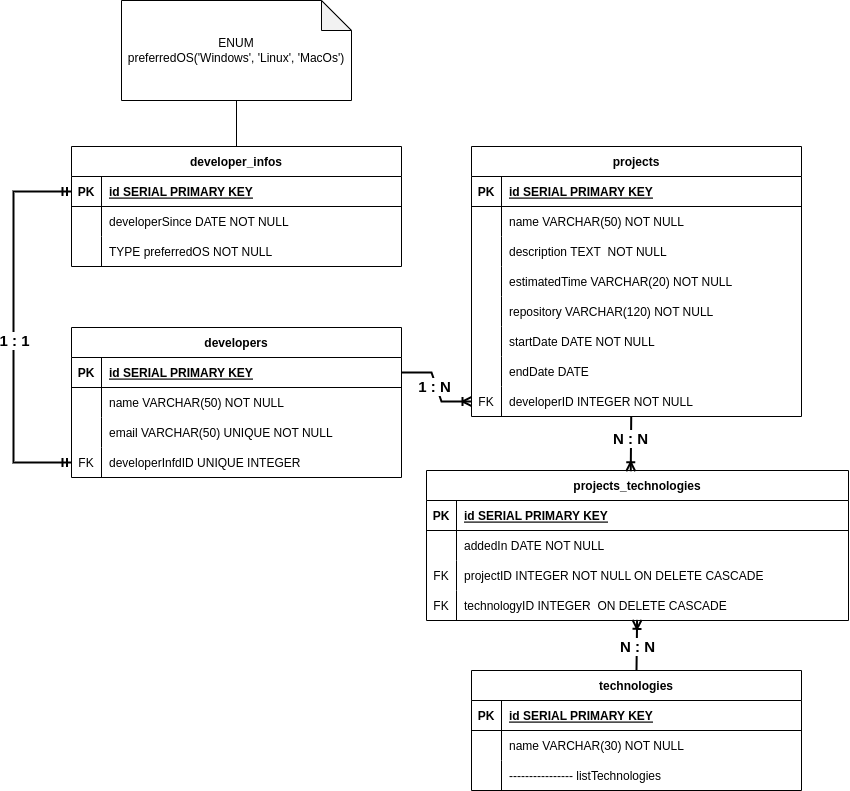
The draw.io diagram developer_infos.drawio.png in Kenzie-Academy-Brasil-Developers/m4-spt3-projetos_e_desenvolvedores, before a commit. Source tidied: cells renumbered, new cells last; positions are measured from the earlier drawing's top-left corner, leaving out a move shared by most shapes.
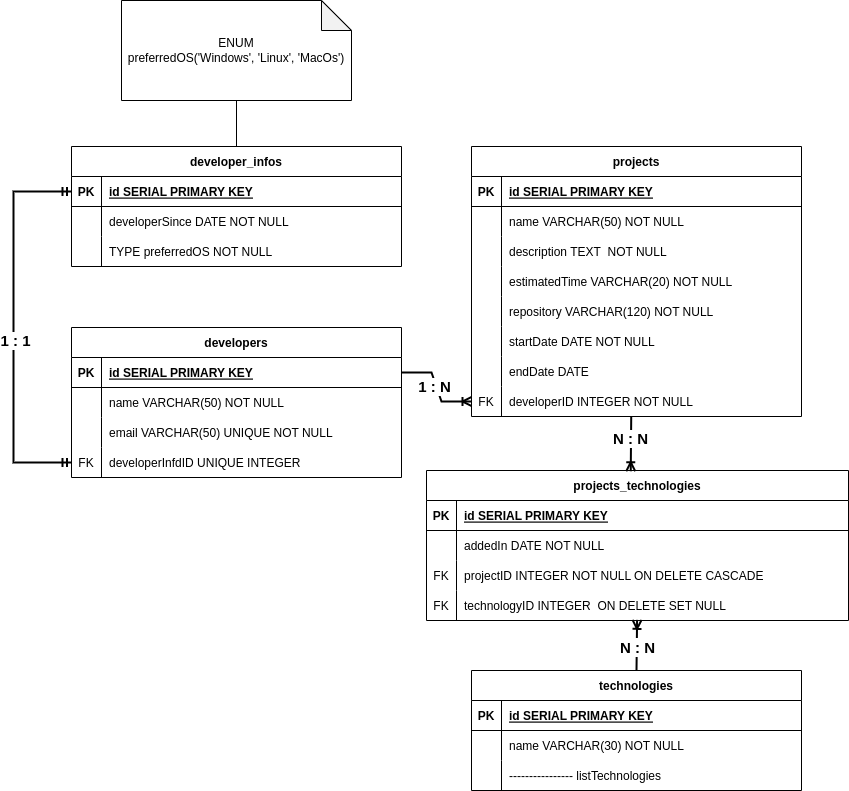
The same file after the commit.

Commit message:
fix: subindo o novo e corrigido diagrama

Change to the diagram source:
```diff
@@ -212,7 +212,7 @@
     <mxCell id="71" value="FK" style="shape=partialRectangle;fillColor=none;top=0;left=0;bottom=0;right=0;overflow=hidden;" parent="70" vertex="1">
       <mxGeometry width="30" height="30" as="geometry" />
     </mxCell>
-    <mxCell id="72" value="technologyID INTEGER  ON DELETE CASCADE" style="shape=partialRectangle;fillColor=none;top=0;left=0;bottom=0;right=0;align=left;spacingLeft=6;overflow=hidden;" parent="70" vertex="1">
+    <mxCell id="72" value="technologyID INTEGER  ON DELETE SET NULL" style="shape=partialRectangle;fillColor=none;top=0;left=0;bottom=0;right=0;align=left;spacingLeft=6;overflow=hidden;" parent="70" vertex="1">
       <mxGeometry x="30" width="392" height="30" as="geometry" />
     </mxCell>
     <mxCell id="73" value="ENUM&lt;br&gt;preferredOS('Windows', 'Linux', 'MacOs')" style="shape=note;whiteSpace=wrap;html=1;backgroundOutline=1;darkOpacity=0.05;" parent="1" vertex="1">
```
